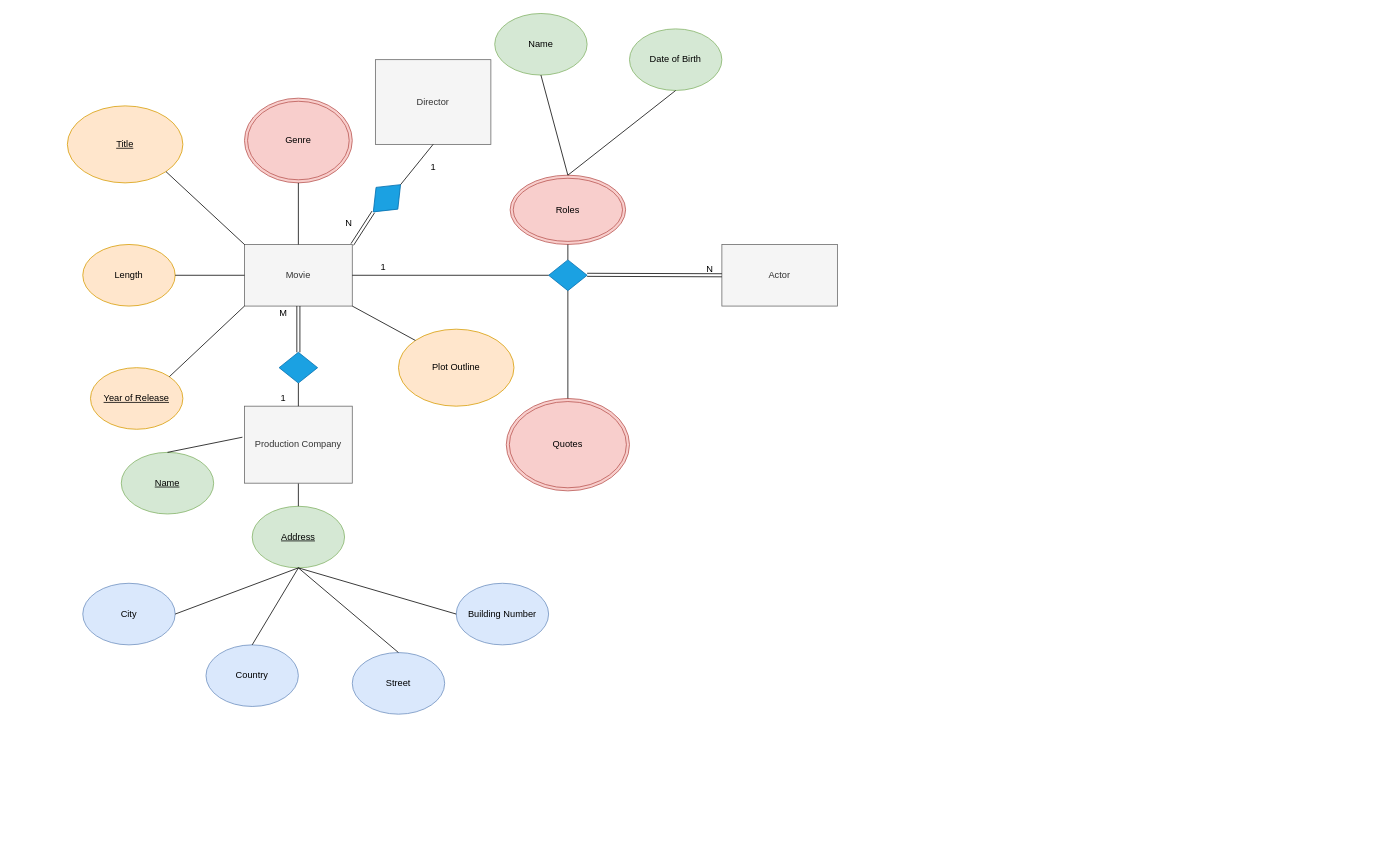
Earlier version of the draw.io diagram CPSC 2221 Lab 1.drawio (William-BC-CA/CPSC2221_ER_Modelling). Source tidied: cells renumbered, new cells numbered last; positions are measured from the earlier drawing's top-left corner, leaving out a move shared by most shapes. Both pictures are drawn from the tidied source at 77%, with x=0, y=0 at pixel (67, 13).
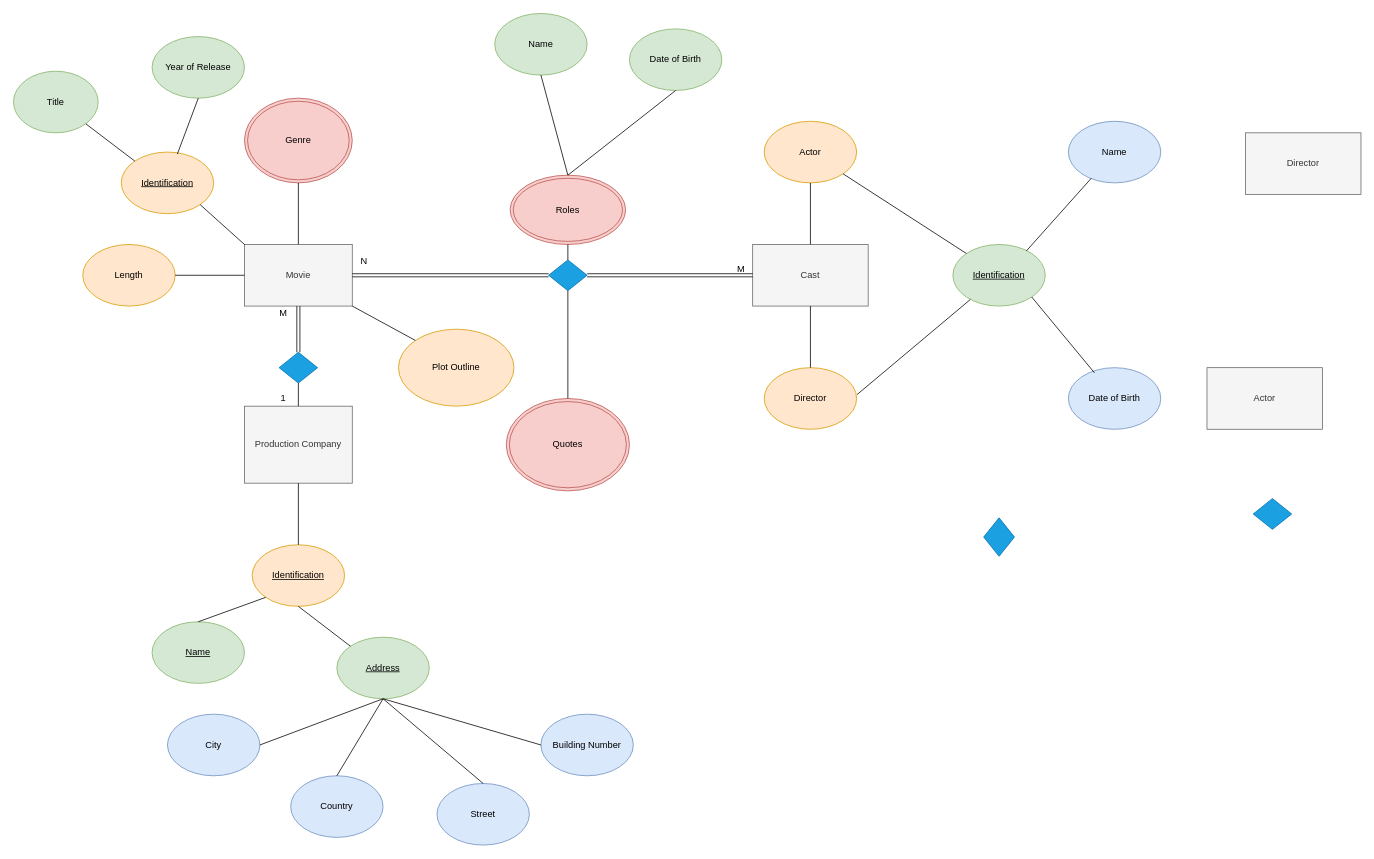
The same page after the edit.

Unchanged cells that the change refers to:
```xml
<mxCell id="2" value="Movie" style="rounded=0;whiteSpace=wrap;html=1;fillColor=#f5f5f5;strokeColor=#666666;fontColor=#333333;" parent="1" vertex="1">
  <mxGeometry x="230" y="300" width="140" height="80" as="geometry" />
</mxCell>
<mxCell id="17" style="rhombus;whiteSpace=wrap;html=1;fillColor=#1ba1e2;strokeColor=#006EAF;fontColor=#ffffff;" parent="1" vertex="1">
  <mxGeometry x="625" y="320" width="50" height="40" as="geometry" />
</mxCell>
<mxCell id="41" value="Production Company" style="rounded=0;whiteSpace=wrap;html=1;fillColor=#f5f5f5;strokeColor=#666666;fontColor=#333333;" parent="1" vertex="1">
  <mxGeometry x="230" y="510" width="140" height="100" as="geometry" />
</mxCell>
```

Change to the diagram source:
```diff
@@
-    <mxCell id="4" value="&lt;u&gt;Title&lt;/u&gt;" style="ellipse;whiteSpace=wrap;html=1;fillColor=#ffe6cc;strokeColor=#d79b00;" parent="1" vertex="1">
-      <mxGeometry y="120" width="150" height="100" as="geometry" />
+    <mxCell id="4" value="Title" style="ellipse;whiteSpace=wrap;html=1;fillColor=#d5e8d4;strokeColor=#82b366;" parent="1" vertex="1">
+      <mxGeometry x="-70" y="75" width="110" height="80" as="geometry" />
     </mxCell>
@@
-    <mxCell id="6" value="&lt;u&gt;Year of Release&lt;/u&gt;" style="ellipse;whiteSpace=wrap;html=1;fillColor=#ffe6cc;strokeColor=#d79b00;" parent="1" vertex="1">
-      <mxGeometry x="30" y="460" width="120" height="80" as="geometry" />
+    <mxCell id="6" value="Year of Release" style="ellipse;whiteSpace=wrap;html=1;fillColor=#d5e8d4;strokeColor=#82b366;" parent="1" vertex="1">
+      <mxGeometry x="110" y="30" width="120" height="80" as="geometry" />
     </mxCell>
@@
     <mxCell id="8" value="&lt;u&gt;Name&lt;/u&gt;" style="ellipse;whiteSpace=wrap;html=1;fillColor=#d5e8d4;strokeColor=#82b366;" parent="1" vertex="1">
-      <mxGeometry x="70" y="570" width="120" height="80" as="geometry" />
+      <mxGeometry x="110" y="790" width="120" height="80" as="geometry" />
     </mxCell>
     <mxCell id="9" value="&lt;u&gt;Address&lt;/u&gt;" style="ellipse;whiteSpace=wrap;html=1;fillColor=#d5e8d4;strokeColor=#82b366;" parent="1" vertex="1">
-      <mxGeometry x="240" y="640" width="120" height="80" as="geometry" />
+      <mxGeometry x="350" y="810" width="120" height="80" as="geometry" />
     </mxCell>
     <mxCell id="10" value="Country" style="ellipse;whiteSpace=wrap;html=1;fillColor=#dae8fc;strokeColor=#6c8ebf;" parent="1" vertex="1">
-      <mxGeometry x="180" y="820" width="120" height="80" as="geometry" />
+      <mxGeometry x="290" y="990" width="120" height="80" as="geometry" />
     </mxCell>
     <mxCell id="11" value="City" style="ellipse;whiteSpace=wrap;html=1;fillColor=#dae8fc;strokeColor=#6c8ebf;" parent="1" vertex="1">
-      <mxGeometry x="20" y="740" width="120" height="80" as="geometry" />
+      <mxGeometry x="130" y="910" width="120" height="80" as="geometry" />
     </mxCell>
     <mxCell id="12" value="Street" style="ellipse;whiteSpace=wrap;html=1;fillColor=#dae8fc;strokeColor=#6c8ebf;" parent="1" vertex="1">
-      <mxGeometry x="370" y="830" width="120" height="80" as="geometry" />
+      <mxGeometry x="480" y="1000" width="120" height="80" as="geometry" />
     </mxCell>
     <mxCell id="13" value="Building Number" style="ellipse;whiteSpace=wrap;html=1;fillColor=#dae8fc;strokeColor=#6c8ebf;" parent="1" vertex="1">
-      <mxGeometry x="505" y="740" width="120" height="80" as="geometry" />
+      <mxGeometry x="615" y="910" width="120" height="80" as="geometry" />
     </mxCell>
-    <mxCell id="14" value="Actor" style="rounded=0;whiteSpace=wrap;html=1;fillColor=#f5f5f5;strokeColor=#666666;fontColor=#333333;" parent="1" vertex="1">
-      <mxGeometry x="850" y="300" width="150" height="80" as="geometry" />
+    <mxCell id="14" value="Cast" style="rounded=0;whiteSpace=wrap;html=1;fillColor=#f5f5f5;strokeColor=#666666;fontColor=#333333;" parent="1" vertex="1">
+      <mxGeometry x="890" y="300" width="150" height="80" as="geometry" />
     </mxCell>
@@
-    <mxCell id="21" style="endArrow=none;html=1;entryX=0;entryY=0.5;entryDx=0;entryDy=0;exitX=1;exitY=0.5;exitDx=0;exitDy=0;" parent="1" edge="1" source="2" target="17">
-      <mxGeometry relative="1" as="geometry" />
-    </mxCell>
@@
-    <mxCell id="23" style="endArrow=none;html=1;exitX=0.5;exitY=0;exitDx=0;exitDy=0;entryX=-0.019;entryY=0.403;entryDx=0;entryDy=0;entryPerimeter=0;" parent="1" edge="1" source="8" target="41">
-      <mxGeometry relative="1" as="geometry" />
-    </mxCell>
@@
-    <mxCell id="25" style="endArrow=none;html=1;exitX=0.5;exitY=0;exitDx=0;exitDy=0;entryX=0.5;entryY=1;entryDx=0;entryDy=0;" parent="1" edge="1" source="9" target="41">
-      <mxGeometry relative="1" as="geometry" />
-    </mxCell>
@@
     <mxCell id="27" style="endArrow=none;html=1;exitX=0.5;exitY=0;exitDx=0;exitDy=0;" parent="1" edge="1" source="12">
       <mxGeometry relative="1" as="geometry">
-        <mxPoint x="300" y="720" as="targetPoint" />
+        <mxPoint x="410" y="890" as="targetPoint" />
       </mxGeometry>
     </mxCell>
@@
-    <mxCell id="30" style="endArrow=none;html=1;exitX=1;exitY=0;exitDx=0;exitDy=0;entryX=0;entryY=1;entryDx=0;entryDy=0;" parent="1" edge="1" source="6" target="2">
-      <mxGeometry relative="1" as="geometry" />
-    </mxCell>
@@
-    <mxCell id="35" style="endArrow=none;html=1;entryX=1;entryY=1;entryDx=0;entryDy=0;exitX=0;exitY=0;exitDx=0;exitDy=0;" parent="1" edge="1" source="2" target="4">
-      <mxGeometry relative="1" as="geometry" />
-    </mxCell>
-    <mxCell id="36" value="Director" style="rounded=0;whiteSpace=wrap;html=1;fillColor=#f5f5f5;strokeColor=#666666;fontColor=#333333;" parent="1" vertex="1">
-      <mxGeometry x="400" y="60" width="150" height="110" as="geometry" />
-    </mxCell>
-    <mxCell id="37" style="rhombus;whiteSpace=wrap;html=1;fillColor=#1ba1e2;strokeColor=#006EAF;fontColor=#ffffff;rotation=-45;" parent="1" vertex="1">
-      <mxGeometry x="390" y="220" width="50" height="40" as="geometry" />
-    </mxCell>
-    <mxCell id="38" style="endArrow=none;html=1;exitX=1;exitY=0.5;exitDx=0;exitDy=0;entryX=0.5;entryY=1;entryDx=0;entryDy=0;" parent="1" edge="1" source="37" target="36">
-      <mxGeometry relative="1" as="geometry" />
-    </mxCell>
@@
-    <mxCell id="45" style="shape=link;html=1;rounded=0;entryX=0;entryY=0.5;entryDx=0;entryDy=0;" parent="1" edge="1" target="14">
-      <mxGeometry relative="1" as="geometry">
-        <mxPoint x="675" y="339.4" as="sourcePoint" />
-      </mxGeometry>
-    </mxCell>
-    <mxCell id="46" value="N" style="html=1;align=right;verticalAlign=bottom;" parent="45" vertex="1">
-      <mxGeometry x="1" relative="1" as="geometry">
-        <mxPoint x="-11" as="offset" />
-      </mxGeometry>
-    </mxCell>
-    <mxCell id="47" style="shape=link;html=1;rounded=0;entryX=1;entryY=0;entryDx=0;entryDy=0;exitX=0;exitY=0.5;exitDx=0;exitDy=0;" parent="1" edge="1" source="37" target="2">
-      <mxGeometry relative="1" as="geometry" />
-    </mxCell>
-    <mxCell id="48" value="N" style="html=1;align=right;verticalAlign=bottom;" parent="47" vertex="1">
-      <mxGeometry x="1" relative="1" as="geometry">
-        <mxPoint y="-20" as="offset" />
-      </mxGeometry>
-    </mxCell>
-    <mxCell id="49" value="1" style="text;html=1;align=center;verticalAlign=middle;strokeColor=none;fillColor=none;" parent="1" vertex="1">
-      <mxGeometry x="465" y="190" width="20" height="20" as="geometry" />
-    </mxCell>
-    <mxCell id="50" value="1" style="text;html=1;align=center;verticalAlign=middle;strokeColor=none;fillColor=none;" parent="1" vertex="1">
-      <mxGeometry x="400" y="320" width="20" height="20" as="geometry" />
-    </mxCell>
+    <mxCell id="51" value="&lt;u&gt;Identification&lt;/u&gt;" style="ellipse;whiteSpace=wrap;html=1;fillColor=#ffe6cc;strokeColor=#d79b00;" parent="1" vertex="1">
+      <mxGeometry x="70" y="180" width="120" height="80" as="geometry" />
+    </mxCell>
+    <mxCell id="52" style="endArrow=none;html=1;rounded=0;exitX=0;exitY=0;exitDx=0;exitDy=0;entryX=1;entryY=1;entryDx=0;entryDy=0;" parent="1" edge="1" source="51" target="4">
+      <mxGeometry relative="1" as="geometry" />
+    </mxCell>
+    <mxCell id="53" style="endArrow=none;html=1;rounded=0;entryX=0.5;entryY=1;entryDx=0;entryDy=0;exitX=0.607;exitY=0.032;exitDx=0;exitDy=0;exitPerimeter=0;" parent="1" edge="1" source="51" target="6">
+      <mxGeometry relative="1" as="geometry" />
+    </mxCell>
+    <mxCell id="54" style="endArrow=none;html=1;rounded=0;exitX=0;exitY=0;exitDx=0;exitDy=0;entryX=1;entryY=1;entryDx=0;entryDy=0;" parent="1" edge="1" source="2" target="51">
+      <mxGeometry relative="1" as="geometry" />
+    </mxCell>
+    <mxCell id="55" value="&lt;u&gt;Identification&lt;/u&gt;" style="ellipse;whiteSpace=wrap;html=1;fillColor=#ffe6cc;strokeColor=#d79b00;" parent="1" vertex="1">
+      <mxGeometry x="240" y="690" width="120" height="80" as="geometry" />
+    </mxCell>
+    <mxCell id="56" style="endArrow=none;html=1;rounded=0;exitX=0.5;exitY=1;exitDx=0;exitDy=0;entryX=0;entryY=0;entryDx=0;entryDy=0;" parent="1" edge="1" source="55" target="9">
+      <mxGeometry relative="1" as="geometry" />
+    </mxCell>
+    <mxCell id="57" style="endArrow=none;html=1;rounded=0;exitX=0.5;exitY=0;exitDx=0;exitDy=0;entryX=0;entryY=1;entryDx=0;entryDy=0;" parent="1" edge="1" source="8" target="55">
+      <mxGeometry relative="1" as="geometry" />
+    </mxCell>
+    <mxCell id="58" style="endArrow=none;html=1;rounded=0;entryX=0.5;entryY=1;entryDx=0;entryDy=0;exitX=0.5;exitY=0;exitDx=0;exitDy=0;" parent="1" edge="1" source="55" target="41">
+      <mxGeometry relative="1" as="geometry" />
+    </mxCell>
+    <mxCell id="36" value="Director" style="rounded=0;whiteSpace=wrap;html=1;fillColor=#f5f5f5;strokeColor=#666666;fontColor=#333333;" parent="1" vertex="1">
+      <mxGeometry x="1530" y="155" width="150" height="80" as="geometry" />
+    </mxCell>
+    <mxCell id="59" value="Actor" style="rounded=0;whiteSpace=wrap;html=1;fillColor=#f5f5f5;strokeColor=#666666;fontColor=#333333;" parent="1" vertex="1">
+      <mxGeometry x="1480" y="460" width="150" height="80" as="geometry" />
+    </mxCell>
+    <mxCell id="60" value="&lt;u&gt;Identification&lt;/u&gt;" style="ellipse;whiteSpace=wrap;html=1;fillColor=#d5e8d4;strokeColor=#82b366;" parent="1" vertex="1">
+      <mxGeometry x="1150" y="300" width="120" height="80" as="geometry" />
+    </mxCell>
+    <mxCell id="21" style="shape=link;html=1;rounded=0;entryX=0;entryY=0.5;entryDx=0;entryDy=0;exitX=1;exitY=0.5;exitDx=0;exitDy=0;" parent="1" edge="1" source="2" target="17">
+      <mxGeometry relative="1" as="geometry" />
+    </mxCell>
+    <mxCell id="61" value="N" style="html=1;align=right;verticalAlign=bottom;" parent="21" vertex="1">
+      <mxGeometry x="1" relative="1" as="geometry">
+        <mxPoint x="-235" y="-10" as="offset" />
+      </mxGeometry>
+    </mxCell>
+    <mxCell id="62" style="rhombus;whiteSpace=wrap;html=1;fillColor=#1ba1e2;strokeColor=#006EAF;fontColor=#ffffff;" parent="1" vertex="1">
+      <mxGeometry x="1540" y="630" width="50" height="40" as="geometry" />
+    </mxCell>
+    <mxCell id="63" style="rhombus;whiteSpace=wrap;html=1;fillColor=#1ba1e2;strokeColor=#006EAF;fontColor=#ffffff;rotation=90;" parent="1" vertex="1">
+      <mxGeometry x="1185" y="660" width="50" height="40" as="geometry" />
+    </mxCell>
+    <mxCell id="64" style="shape=link;html=1;rounded=0;entryX=0;entryY=0.5;entryDx=0;entryDy=0;exitX=1;exitY=0.5;exitDx=0;exitDy=0;" parent="1" edge="1" source="17" target="14">
+      <mxGeometry relative="1" as="geometry" />
+    </mxCell>
+    <mxCell id="65" value="M" style="html=1;align=right;verticalAlign=bottom;" parent="64" vertex="1">
+      <mxGeometry x="1" relative="1" as="geometry">
+        <mxPoint x="-10" as="offset" />
+      </mxGeometry>
+    </mxCell>
+    <mxCell id="66" value="Actor" style="ellipse;whiteSpace=wrap;html=1;fillColor=#ffe6cc;strokeColor=#d79b00;" parent="1" vertex="1">
+      <mxGeometry x="905" y="140" width="120" height="80" as="geometry" />
+    </mxCell>
+    <mxCell id="67" value="Director" style="ellipse;whiteSpace=wrap;html=1;fillColor=#ffe6cc;strokeColor=#d79b00;" parent="1" vertex="1">
+      <mxGeometry x="905" y="460" width="120" height="80" as="geometry" />
+    </mxCell>
+    <mxCell id="68" style="endArrow=none;html=1;rounded=0;exitX=0.5;exitY=0;exitDx=0;exitDy=0;entryX=0.5;entryY=1;entryDx=0;entryDy=0;" parent="1" edge="1" source="67" target="14">
+      <mxGeometry relative="1" as="geometry" />
+    </mxCell>
+    <mxCell id="69" style="endArrow=none;html=1;rounded=0;exitX=0.5;exitY=0;exitDx=0;exitDy=0;entryX=0.5;entryY=1;entryDx=0;entryDy=0;" parent="1" edge="1" source="14" target="66">
+      <mxGeometry relative="1" as="geometry" />
+    </mxCell>
+    <mxCell id="70" style="endArrow=none;html=1;rounded=0;entryX=0;entryY=0;entryDx=0;entryDy=0;exitX=1;exitY=1;exitDx=0;exitDy=0;" parent="1" edge="1" source="66" target="60">
+      <mxGeometry relative="1" as="geometry" />
+    </mxCell>
+    <mxCell id="71" style="endArrow=none;html=1;rounded=0;exitX=1.004;exitY=0.438;exitDx=0;exitDy=0;exitPerimeter=0;" parent="1" edge="1" source="67" target="60">
+      <mxGeometry relative="1" as="geometry" />
+    </mxCell>
+    <mxCell id="72" value="Name" style="ellipse;whiteSpace=wrap;html=1;fillColor=#dae8fc;strokeColor=#6c8ebf;" parent="1" vertex="1">
+      <mxGeometry x="1300" y="140" width="120" height="80" as="geometry" />
+    </mxCell>
+    <mxCell id="73" value="Date of Birth" style="ellipse;whiteSpace=wrap;html=1;fillColor=#dae8fc;strokeColor=#6c8ebf;" parent="1" vertex="1">
+      <mxGeometry x="1300" y="460" width="120" height="80" as="geometry" />
+    </mxCell>
+    <mxCell id="74" style="endArrow=none;html=1;rounded=0;entryX=0.247;entryY=0.927;entryDx=0;entryDy=0;entryPerimeter=0;exitX=0.796;exitY=0.104;exitDx=0;exitDy=0;exitPerimeter=0;" parent="1" edge="1" source="60" target="72">
+      <mxGeometry relative="1" as="geometry" />
+    </mxCell>
+    <mxCell id="75" style="endArrow=none;html=1;rounded=0;entryX=0.282;entryY=0.083;entryDx=0;entryDy=0;entryPerimeter=0;exitX=1;exitY=1;exitDx=0;exitDy=0;" parent="1" edge="1" source="60" target="73">
+      <mxGeometry relative="1" as="geometry" />
+    </mxCell>
```
